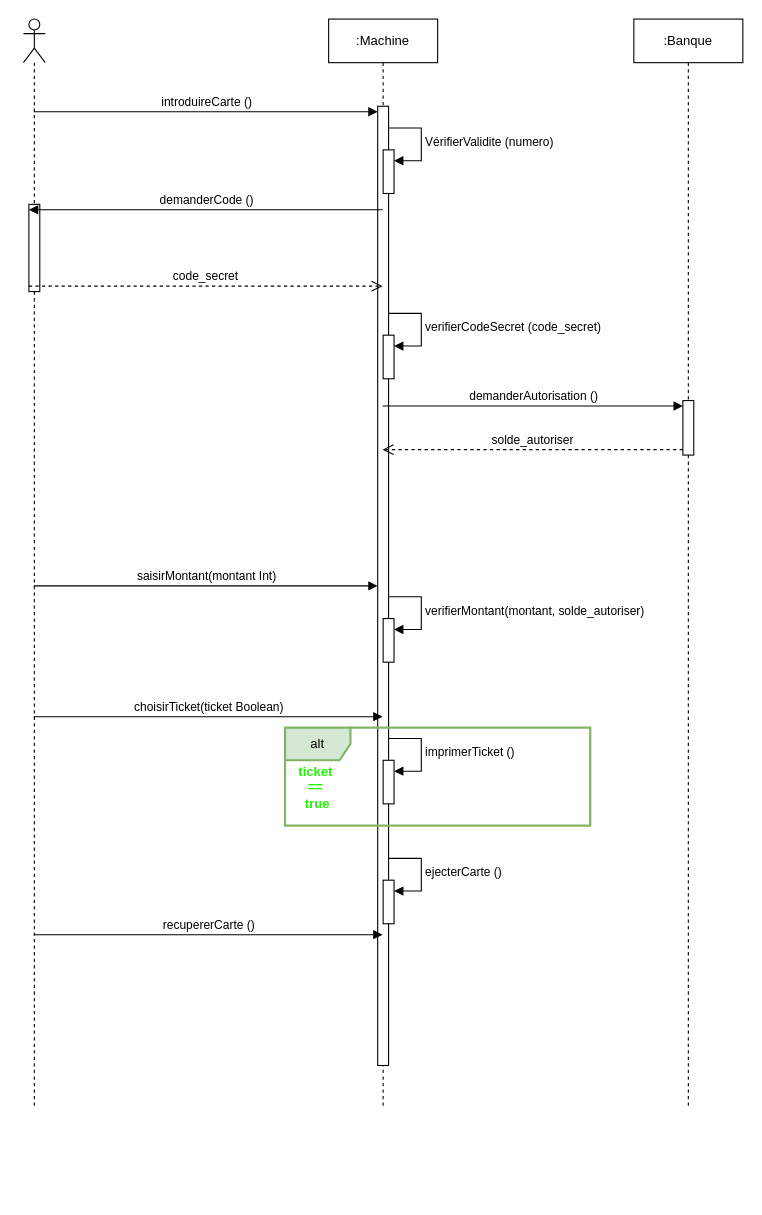
The draw.io diagram TP4/TP_4_UML_Exercice_2.drawio in Mzk-Ali/EXO_M2I_UML, before the edit. Source tidied: cells renumbered, new cells numbered last; positions are measured from the earlier drawing's top-left corner, leaving out a move shared by most shapes. Both pictures are drawn from the tidied source at 109%, with x=0, y=0 at pixel (23, 19).
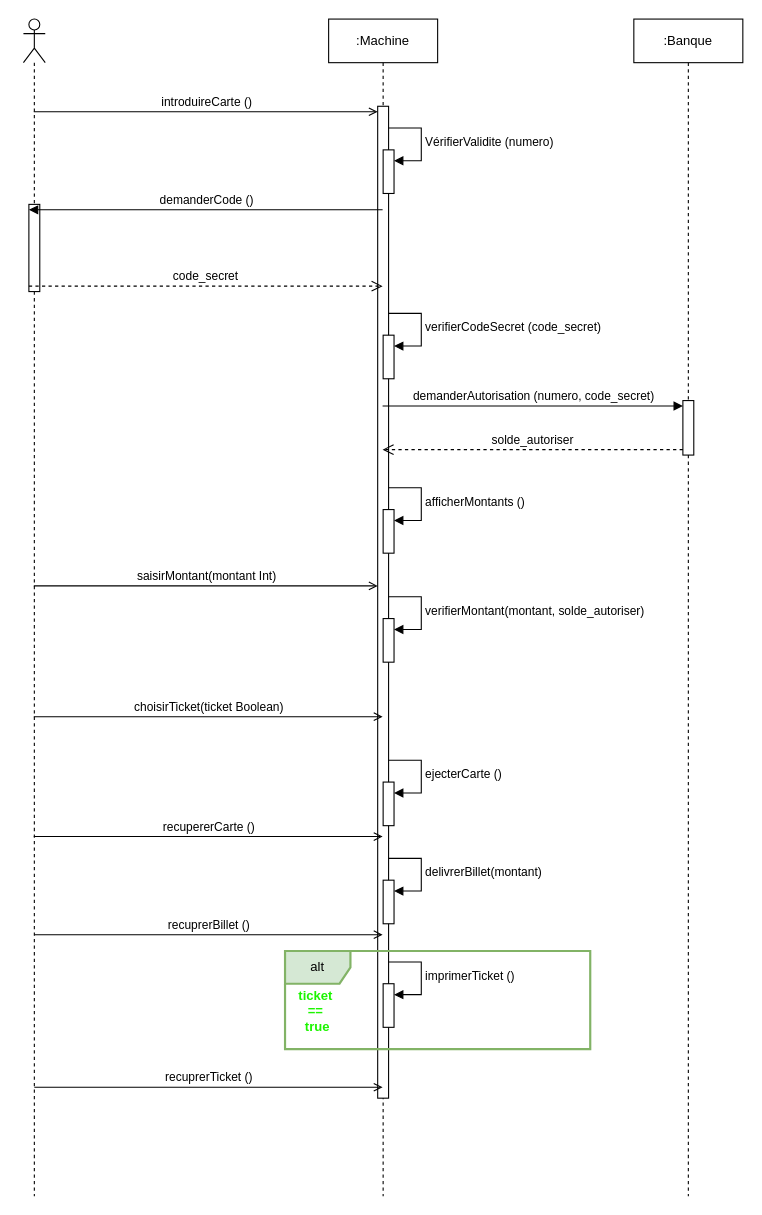
The same diagram, later.

Commit message (it also covers changes not shown here):
Mettre à jour TP_4_UML_Exercice_2.drawio

Unchanged cells that the change refers to:
```xml
<mxCell id="17" style="html=1;points=[[0,0,0,0,5],[0,1,0,0,-5],[1,0,0,0,5],[1,1,0,0,-5]];perimeter=orthogonalPerimeter;outlineConnect=0;targetShapes=umlLifeline;portConstraint=eastwest;newEdgeStyle={&quot;curved&quot;:0,&quot;rounded&quot;:0};" parent="16" vertex="1">
  <mxGeometry x="45" y="350" width="10" height="50" as="geometry" />
</mxCell>
```

Change to the diagram source:
```diff
@@
     <mxCell id="2" style="shape=umlLifeline;perimeter=lifelinePerimeter;whiteSpace=wrap;html=1;outlineConnect=0;portConstraint=eastwest;newEdgeStyle={&quot;curved&quot;:0,&quot;rounded&quot;:0};participant=umlActor;" parent="1" vertex="1">
-      <mxGeometry width="20" height="1000" as="geometry" />
+      <mxGeometry width="20" height="1080" as="geometry" />
     </mxCell>
@@
     <mxCell id="4" value=":Machine" style="shape=umlLifeline;perimeter=lifelinePerimeter;whiteSpace=wrap;html=1;outlineConnect=0;portConstraint=eastwest;newEdgeStyle={&quot;curved&quot;:0,&quot;rounded&quot;:0};" parent="1" vertex="1">
-      <mxGeometry x="280" width="100" height="1000" as="geometry" />
+      <mxGeometry x="280" width="100" height="1080" as="geometry" />
     </mxCell>
     <mxCell id="5" style="html=1;points=[[0,0,0,0,5],[0,1,0,0,-5],[1,0,0,0,5],[1,1,0,0,-5]];perimeter=orthogonalPerimeter;outlineConnect=0;targetShapes=umlLifeline;portConstraint=eastwest;newEdgeStyle={&quot;curved&quot;:0,&quot;rounded&quot;:0};" parent="4" vertex="1">
-      <mxGeometry x="45" y="80" width="10" height="880" as="geometry" />
+      <mxGeometry x="45" y="80" width="10" height="910" as="geometry" />
     </mxCell>
@@
     <mxCell id="12" style="html=1;points=[[0,0,0,0,5],[0,1,0,0,-5],[1,0,0,0,5],[1,1,0,0,-5]];perimeter=orthogonalPerimeter;outlineConnect=0;targetShapes=umlLifeline;portConstraint=eastwest;newEdgeStyle={&quot;curved&quot;:0,&quot;rounded&quot;:0};" parent="4" vertex="1">
-      <mxGeometry x="50" y="680" width="10" height="40" as="geometry" />
+      <mxGeometry x="50" y="885" width="10" height="40" as="geometry" />
     </mxCell>
     <mxCell id="13" value="imprimerTicket ()" style="html=1;align=left;spacingLeft=2;endArrow=block;rounded=0;edgeStyle=orthogonalEdgeStyle;curved=0;rounded=0;" parent="4" edge="1" target="12">
       <mxGeometry relative="1" as="geometry">
-        <mxPoint x="55" y="660" as="sourcePoint" />
+        <mxPoint x="55" y="865" as="sourcePoint" />
         <Array as="points">
-          <mxPoint x="85" y="690" />
+          <mxPoint x="85" y="895" />
         </Array>
       </mxGeometry>
     </mxCell>
     <mxCell id="14" style="html=1;points=[[0,0,0,0,5],[0,1,0,0,-5],[1,0,0,0,5],[1,1,0,0,-5]];perimeter=orthogonalPerimeter;outlineConnect=0;targetShapes=umlLifeline;portConstraint=eastwest;newEdgeStyle={&quot;curved&quot;:0,&quot;rounded&quot;:0};" parent="4" vertex="1">
-      <mxGeometry x="50" y="790" width="10" height="40" as="geometry" />
+      <mxGeometry x="50" y="700" width="10" height="40" as="geometry" />
     </mxCell>
     <mxCell id="15" value="ejecterCarte ()" style="html=1;align=left;spacingLeft=2;endArrow=block;rounded=0;edgeStyle=orthogonalEdgeStyle;curved=0;rounded=0;" parent="4" edge="1" target="14">
       <mxGeometry relative="1" as="geometry">
-        <mxPoint x="55" y="770" as="sourcePoint" />
+        <mxPoint x="55" y="680" as="sourcePoint" />
         <Array as="points">
-          <mxPoint x="85" y="800" />
+          <mxPoint x="85" y="710" />
         </Array>
       </mxGeometry>
     </mxCell>
+    <mxCell id="28" style="html=1;points=[[0,0,0,0,5],[0,1,0,0,-5],[1,0,0,0,5],[1,1,0,0,-5]];perimeter=orthogonalPerimeter;outlineConnect=0;targetShapes=umlLifeline;portConstraint=eastwest;newEdgeStyle={&quot;curved&quot;:0,&quot;rounded&quot;:0};" parent="4" vertex="1">
+      <mxGeometry x="50" y="790" width="10" height="40" as="geometry" />
+    </mxCell>
+    <mxCell id="29" value="delivrerBillet(montant)" style="html=1;align=left;spacingLeft=2;endArrow=block;rounded=0;edgeStyle=orthogonalEdgeStyle;curved=0;rounded=0;" parent="4" edge="1" target="28">
+      <mxGeometry relative="1" as="geometry">
+        <mxPoint x="55" y="770" as="sourcePoint" />
+        <Array as="points">
+          <mxPoint x="85" y="800" />
+        </Array>
+      </mxGeometry>
+    </mxCell>
+    <mxCell id="30" style="html=1;points=[[0,0,0,0,5],[0,1,0,0,-5],[1,0,0,0,5],[1,1,0,0,-5]];perimeter=orthogonalPerimeter;outlineConnect=0;targetShapes=umlLifeline;portConstraint=eastwest;newEdgeStyle={&quot;curved&quot;:0,&quot;rounded&quot;:0};" parent="4" vertex="1">
+      <mxGeometry x="50" y="450" width="10" height="40" as="geometry" />
+    </mxCell>
+    <mxCell id="31" value="afficherMontants ()" style="html=1;align=left;spacingLeft=2;endArrow=block;rounded=0;edgeStyle=orthogonalEdgeStyle;curved=0;rounded=0;" parent="4" edge="1" target="30">
+      <mxGeometry relative="1" as="geometry">
+        <mxPoint x="55" y="430" as="sourcePoint" />
+        <Array as="points">
+          <mxPoint x="85" y="460" />
+        </Array>
+      </mxGeometry>
+    </mxCell>
     <mxCell id="16" value=":Banque" style="shape=umlLifeline;perimeter=lifelinePerimeter;whiteSpace=wrap;html=1;newEdgeStyle={&quot;curved&quot;:0,&quot;rounded&quot;:0};" parent="1" vertex="1">
-      <mxGeometry x="560" width="100" height="1000" as="geometry" />
+      <mxGeometry x="560" width="100" height="1080" as="geometry" />
     </mxCell>
@@
-    <mxCell id="18" value="introduireCarte ()" style="html=1;verticalAlign=bottom;endArrow=block;curved=0;rounded=0;entryX=0;entryY=0;entryDx=0;entryDy=5;entryPerimeter=0;" parent="1" edge="1" source="2" target="5">
+    <mxCell id="18" value="introduireCarte ()" style="html=1;verticalAlign=bottom;endArrow=open;curved=0;rounded=0;entryX=0;entryY=0;entryDx=0;entryDy=5;entryPerimeter=0;endFill=0;" parent="1" edge="1" source="2" target="5">
       <mxGeometry relative="1" as="geometry" />
     </mxCell>
@@
-    <mxCell id="21" value="demanderAutorisation ()" style="html=1;verticalAlign=bottom;endArrow=block;curved=0;rounded=0;entryX=0;entryY=0;entryDx=0;entryDy=5;" parent="1" edge="1" source="4" target="17">
+    <mxCell id="21" value="demanderAutorisation (numero, code_secret)" style="html=1;verticalAlign=bottom;endArrow=block;curved=0;rounded=0;entryX=0;entryY=0;entryDx=0;entryDy=5;" parent="1" edge="1" source="4" target="17">
       <mxGeometry relative="1" as="geometry" />
     </mxCell>
@@
-    <mxCell id="23" value="saisirMontant(montant Int)" style="html=1;verticalAlign=bottom;endArrow=block;curved=0;rounded=0;" parent="1" edge="1">
+    <mxCell id="23" value="saisirMontant(montant Int)" style="html=1;verticalAlign=bottom;endArrow=open;curved=0;rounded=0;endFill=0;" parent="1" edge="1">
       <mxGeometry relative="1" as="geometry">
         <mxPoint x="9.5" y="520" as="sourcePoint" />
         <mxPoint x="325" y="520" as="targetPoint" />
       </mxGeometry>
     </mxCell>
-    <mxCell id="24" value="choisirTicket(ticket Boolean)" style="html=1;verticalAlign=bottom;endArrow=block;curved=0;rounded=0;" parent="1" edge="1">
+    <mxCell id="24" value="choisirTicket(ticket Boolean)" style="html=1;verticalAlign=bottom;endArrow=open;curved=0;rounded=0;endFill=0;" parent="1" edge="1">
       <mxGeometry relative="1" as="geometry">
         <mxPoint x="9.5" y="640" as="sourcePoint" />
         <mxPoint x="329.5" y="640" as="targetPoint" />
       </mxGeometry>
     </mxCell>
     <mxCell id="25" value="alt" style="shape=umlFrame;whiteSpace=wrap;html=1;fillColor=#d5e8d4;strokeColor=#82b366;strokeWidth=2;" parent="1" vertex="1">
-      <mxGeometry x="240" y="650" width="280" height="90" as="geometry" />
+      <mxGeometry x="240" y="855" width="280" height="90" as="geometry" />
     </mxCell>
     <mxCell id="26" value="&lt;font style=&quot;color: light-dark(rgb(29, 245, 0), rgb(237, 237, 237));&quot;&gt;&lt;b&gt;ticket&amp;nbsp;&lt;/b&gt;&lt;/font&gt;&lt;div&gt;&lt;font style=&quot;color: light-dark(rgb(29, 245, 0), rgb(237, 237, 237));&quot;&gt;&lt;b&gt;==&amp;nbsp;&lt;/b&gt;&lt;/font&gt;&lt;/div&gt;&lt;div&gt;&lt;font style=&quot;color: light-dark(rgb(29, 245, 0), rgb(237, 237, 237));&quot;&gt;&lt;b&gt;true&lt;/b&gt;&lt;/font&gt;&lt;/div&gt;" style="text;html=1;align=center;verticalAlign=middle;whiteSpace=wrap;rounded=0;" parent="1" vertex="1">
-      <mxGeometry x="240" y="690" width="60" height="30" as="geometry" />
+      <mxGeometry x="240" y="895" width="60" height="30" as="geometry" />
     </mxCell>
-    <mxCell id="27" value="recupererCarte ()" style="html=1;verticalAlign=bottom;endArrow=block;curved=0;rounded=0;" parent="1" edge="1">
+    <mxCell id="27" value="recupererCarte ()" style="html=1;verticalAlign=bottom;endArrow=open;curved=0;rounded=0;endFill=0;" parent="1" edge="1">
       <mxGeometry relative="1" as="geometry">
-        <mxPoint x="9.5" y="840" as="sourcePoint" />
-        <mxPoint x="329.5" y="840" as="targetPoint" />
+        <mxPoint x="9.5" y="750" as="sourcePoint" />
+        <mxPoint x="329.5" y="750" as="targetPoint" />
       </mxGeometry>
     </mxCell>
+    <mxCell id="32" value="recuprerBillet ()" style="html=1;verticalAlign=bottom;endArrow=open;curved=0;rounded=0;endFill=0;" parent="1" edge="1">
+      <mxGeometry relative="1" as="geometry">
+        <mxPoint x="10" y="840" as="sourcePoint" />
+        <mxPoint x="329.5" y="840" as="targetPoint" />
+      </mxGeometry>
+    </mxCell>
+    <mxCell id="33" value="recuprerTicket ()" style="html=1;verticalAlign=bottom;endArrow=open;curved=0;rounded=0;endFill=0;" parent="1" edge="1">
+      <mxGeometry relative="1" as="geometry">
+        <mxPoint x="10" y="980" as="sourcePoint" />
+        <mxPoint x="329.5" y="980" as="targetPoint" />
+      </mxGeometry>
+    </mxCell>
```
